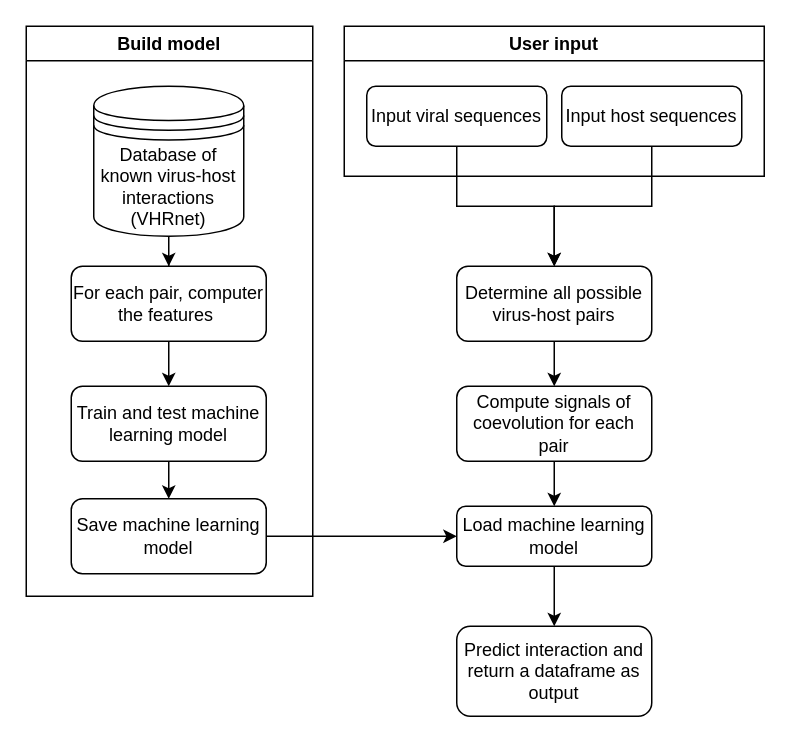
DuhaimeLab/VirusHostInteractionPredictor keeps this draw.io diagram as design_documents/VirusInfectionPredictor_workflow.drawio. Above is the earlier version. Source tidied: cells renumbered, new cells numbered last; positions are measured from the earlier drawing's top-left corner, leaving out a move shared by most shapes. Both pictures are drawn from the tidied source at 150%, with x=0, y=0 at pixel (26, 26).
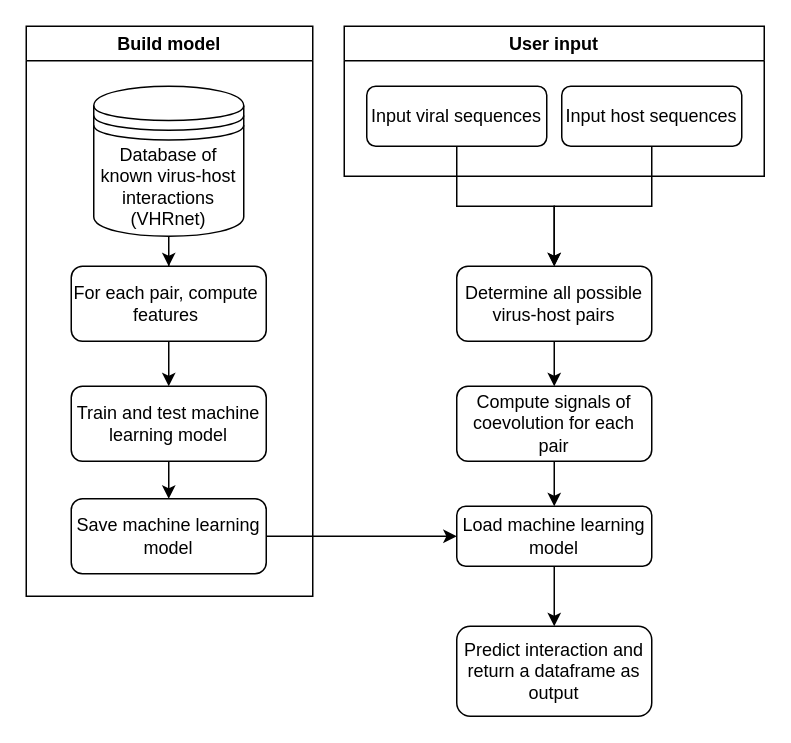
After the change.

The change refers to these unchanged cells:
```xml
<mxCell id="17" value="Build model" style="swimlane;whiteSpace=wrap;html=1;" parent="1" vertex="1">
  <mxGeometry width="191" height="380" as="geometry" />
</mxCell>
```

The edit, as a diff of the source:
```diff
@@
-    <mxCell id="18" value="For each pair, computer the features&amp;nbsp;" style="rounded=1;whiteSpace=wrap;html=1;" parent="17" vertex="1">
+    <mxCell id="18" value="For each pair, compute&amp;nbsp; features&amp;nbsp;" style="rounded=1;whiteSpace=wrap;html=1;" parent="17" vertex="1">
       <mxGeometry x="30" y="160" width="130" height="50" as="geometry" />
     </mxCell>
```
